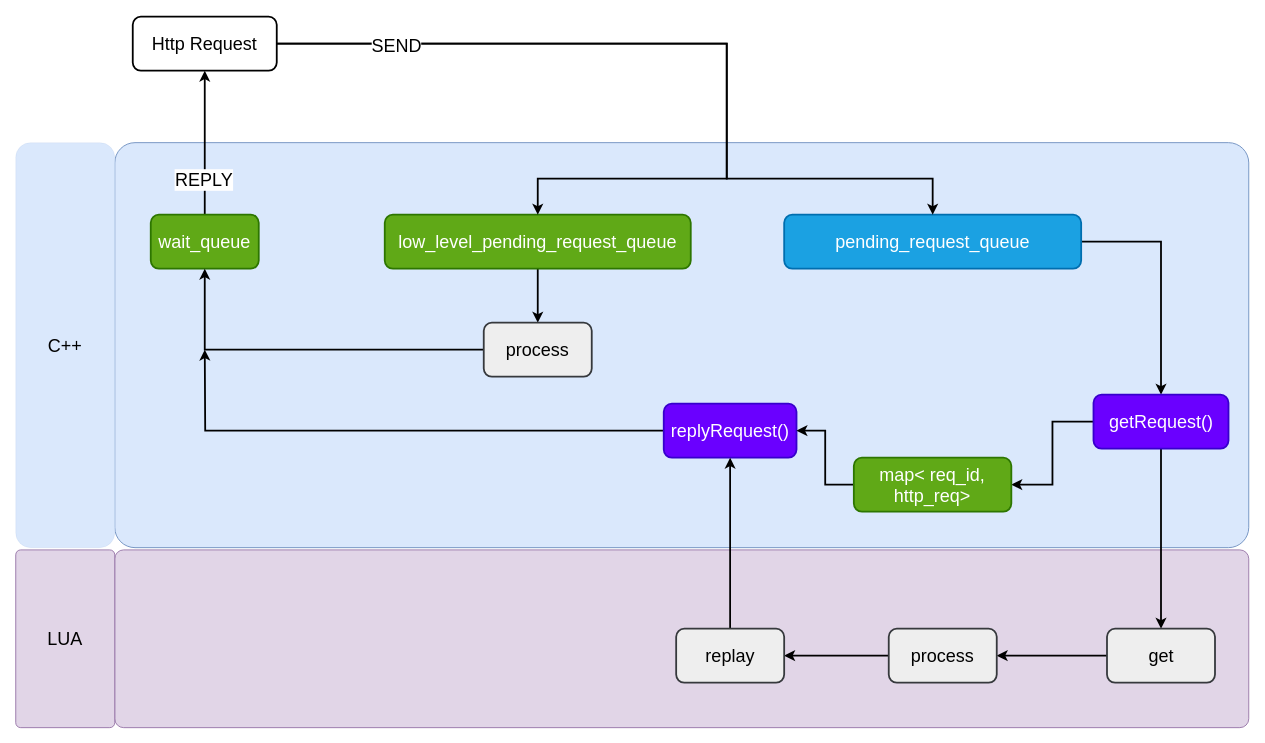
The draw.io diagram booming/k8s/k8s.drawio in yrdimple/flowChart, before the edit. Source tidied: cells renumbered, new cells numbered last; positions are measured from the earlier drawing's top-left corner, leaving out a move shared by most shapes. Both pictures are drawn from the tidied source at 90%, with x=0, y=0 at pixel (15, 16).
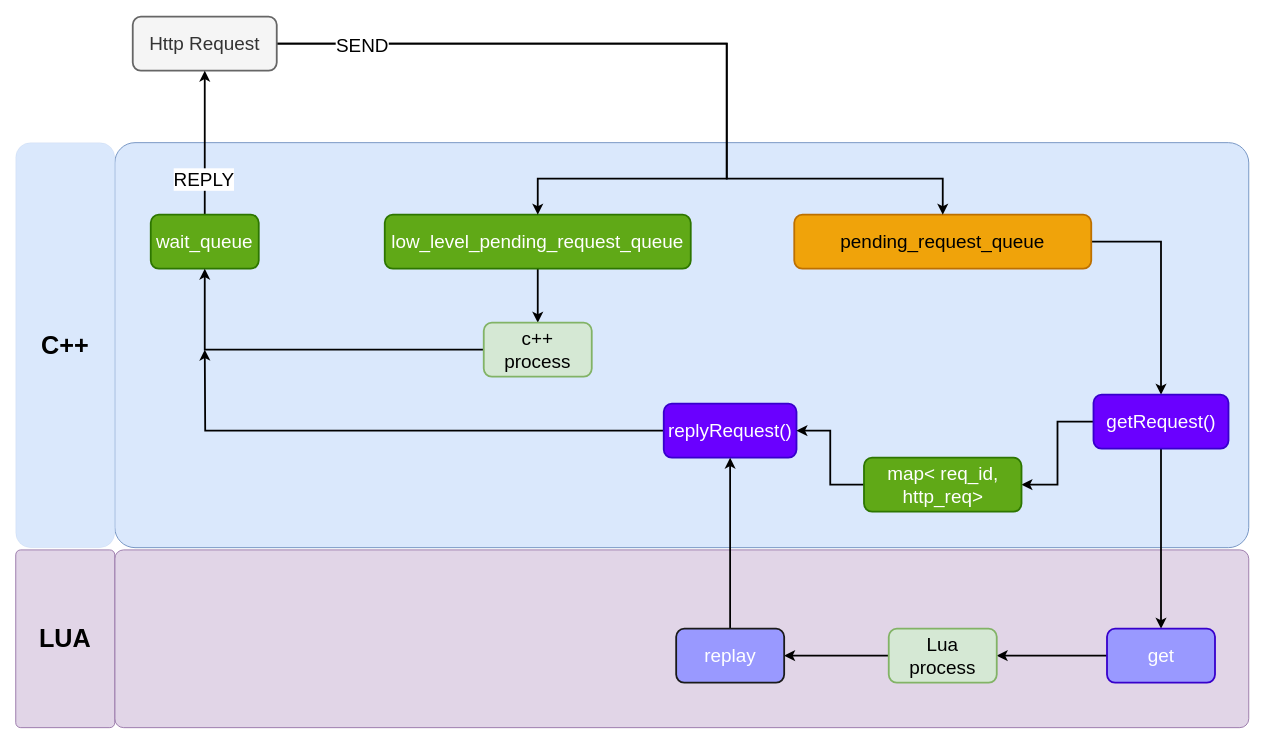
The same diagram, later.

Change to the diagram source:
```diff
@@
-    <mxCell id="2" style="rounded=1;whiteSpace=wrap;html=1;fontSize=20;fillColor=#dae8fc;strokeColor=#6c8ebf;strokeWidth=1;arcSize=5;" parent="1" vertex="1">
+    <mxCell id="2" style="rounded=1;whiteSpace=wrap;html=1;fontSize=21;fillColor=#dae8fc;strokeColor=#6c8ebf;strokeWidth=1;arcSize=5;" parent="1" vertex="1">
       <mxGeometry x="110" y="140" width="1260" height="450" as="geometry" />
     </mxCell>
-    <mxCell id="3" style="rounded=1;whiteSpace=wrap;html=1;fontSize=20;fillColor=#e1d5e7;strokeColor=#9673a6;strokeWidth=1;arcSize=5;" parent="1" vertex="1">
+    <mxCell id="3" style="rounded=1;whiteSpace=wrap;html=1;fontSize=21;fillColor=#e1d5e7;strokeColor=#9673a6;strokeWidth=1;arcSize=5;" parent="1" vertex="1">
       <mxGeometry x="110" y="592.5" width="1260" height="197.5" as="geometry" />
     </mxCell>
-    <mxCell id="4" style="edgeStyle=orthogonalEdgeStyle;rounded=0;jettySize=auto;html=1;entryX=0.5;entryY=0;entryDx=0;entryDy=0;fontSize=20;strokeWidth=2;" parent="1" edge="1" source="5" target="29">
+    <mxCell id="4" style="edgeStyle=orthogonalEdgeStyle;rounded=0;jettySize=auto;html=1;entryX=0.5;entryY=0;entryDx=0;entryDy=0;fontSize=21;strokeWidth=2;" parent="1" edge="1" source="5" target="29">
       <mxGeometry relative="1" as="geometry" />
     </mxCell>
-    <mxCell id="5" value="low_level_pending_request_queue&lt;br style=&quot;font-size: 20px;&quot;&gt;" style="rounded=1;whiteSpace=wrap;html=1;fontSize=20;fillColor=#60a917;fontColor=#ffffff;strokeColor=#2D7600;strokeWidth=2;" parent="1" vertex="1">
+    <mxCell id="5" value="low_level_pending_request_queue&lt;br style=&quot;font-size: 21px;&quot;&gt;" style="rounded=1;whiteSpace=wrap;html=1;fontSize=21;fillColor=#60a917;fontColor=#ffffff;strokeColor=#2D7600;strokeWidth=2;" parent="1" vertex="1">
       <mxGeometry x="410" y="220" width="340" height="60" as="geometry" />
     </mxCell>
-    <mxCell id="6" style="edgeStyle=orthogonalEdgeStyle;rounded=0;jettySize=auto;html=1;entryX=0.5;entryY=0;entryDx=0;entryDy=0;fontSize=20;strokeWidth=2;" parent="1" edge="1" source="7" target="14">
+    <mxCell id="6" style="edgeStyle=orthogonalEdgeStyle;rounded=0;jettySize=auto;html=1;entryX=0.5;entryY=0;entryDx=0;entryDy=0;fontSize=21;strokeWidth=2;" parent="1" edge="1" source="7" target="14">
       <mxGeometry relative="1" as="geometry" />
     </mxCell>
-    <mxCell id="7" value="pending_request_queue" style="rounded=1;whiteSpace=wrap;html=1;fontSize=20;fillColor=#1ba1e2;fontColor=#ffffff;strokeColor=#006EAF;strokeWidth=2;" parent="1" vertex="1">
-      <mxGeometry x="853.8" y="220" width="330" height="60" as="geometry" />
+    <mxCell id="7" value="pending_request_queue" style="rounded=1;whiteSpace=wrap;html=1;fontSize=21;fillColor=#f0a30a;fontColor=#000000;strokeColor=#BD7000;strokeWidth=2;" parent="1" vertex="1">
+      <mxGeometry x="865" y="220" width="330" height="60" as="geometry" />
     </mxCell>
-    <mxCell id="8" style="edgeStyle=orthogonalEdgeStyle;rounded=0;jettySize=auto;html=1;fontSize=20;strokeWidth=2;" parent="1" edge="1" source="11">
+    <mxCell id="8" style="edgeStyle=orthogonalEdgeStyle;rounded=0;jettySize=auto;html=1;fontSize=21;strokeWidth=2;" parent="1" edge="1" source="11">
       <mxGeometry relative="1" as="geometry">
         <mxPoint x="580" y="220" as="targetPoint" />
         <Array as="points">
           <mxPoint x="790" y="180" />
           <mxPoint x="580" y="180" />
         </Array>
       </mxGeometry>
     </mxCell>
-    <mxCell id="9" style="edgeStyle=orthogonalEdgeStyle;rounded=0;jettySize=auto;html=1;fontSize=20;entryX=0.5;entryY=0;entryDx=0;entryDy=0;strokeWidth=2;" parent="1" edge="1" source="11" target="7">
+    <mxCell id="9" style="edgeStyle=orthogonalEdgeStyle;rounded=0;jettySize=auto;html=1;fontSize=21;entryX=0.5;entryY=0;entryDx=0;entryDy=0;strokeWidth=2;" parent="1" edge="1" source="11" target="7">
       <mxGeometry relative="1" as="geometry">
         <Array as="points">
+          <mxPoint x="790" y="30" />
           <mxPoint x="790" y="180" />
-          <mxPoint x="1019" y="180" />
+          <mxPoint x="1030" y="180" />
         </Array>
       </mxGeometry>
     </mxCell>
-    <mxCell id="10" value="SEND" style="edgeLabel;html=1;align=center;verticalAlign=middle;fontSize=20;" parent="9" vertex="1">
+    <mxCell id="10" value="SEND" style="edgeLabel;html=1;align=center;verticalAlign=middle;fontSize=21;" parent="9" vertex="1">
       <mxGeometry x="-0.71" y="-5" relative="1" as="geometry">
-        <mxPoint x="-1" y="-4" as="offset" />
+        <mxPoint x="-41" y="-4" as="offset" />
       </mxGeometry>
     </mxCell>
-    <mxCell id="11" value="Http Request" style="rounded=1;whiteSpace=wrap;html=1;fontSize=20;strokeWidth=2;" parent="1" vertex="1">
+    <mxCell id="11" value="Http Request" style="rounded=1;whiteSpace=wrap;html=1;fontSize=21;strokeWidth=2;fillColor=#f5f5f5;fontColor=#333333;strokeColor=#666666;" parent="1" vertex="1">
       <mxGeometry x="130" width="160" height="60" as="geometry" />
     </mxCell>
-    <mxCell id="12" style="edgeStyle=orthogonalEdgeStyle;rounded=0;jettySize=auto;html=1;entryX=0.5;entryY=0;entryDx=0;entryDy=0;fontSize=20;strokeWidth=2;" parent="1" edge="1" source="14" target="20">
+    <mxCell id="12" style="edgeStyle=orthogonalEdgeStyle;rounded=0;jettySize=auto;html=1;entryX=0.5;entryY=0;entryDx=0;entryDy=0;fontSize=21;strokeWidth=2;" parent="1" edge="1" source="14" target="20">
       <mxGeometry relative="1" as="geometry" />
     </mxCell>
-    <mxCell id="13" style="edgeStyle=orthogonalEdgeStyle;rounded=0;jettySize=auto;html=1;entryX=1;entryY=0.5;entryDx=0;entryDy=0;fontSize=20;strokeWidth=2;" parent="1" edge="1" source="14" target="18">
+    <mxCell id="13" style="edgeStyle=orthogonalEdgeStyle;rounded=0;jettySize=auto;html=1;entryX=1;entryY=0.5;entryDx=0;entryDy=0;fontSize=21;strokeWidth=2;" parent="1" edge="1" source="14" target="18">
       <mxGeometry relative="1" as="geometry" />
     </mxCell>
-    <mxCell id="14" value="getRequest()" style="rounded=1;whiteSpace=wrap;html=1;fontSize=20;fillColor=#6a00ff;fontColor=#ffffff;strokeColor=#3700CC;strokeWidth=2;" parent="1" vertex="1">
+    <mxCell id="14" value="getRequest()" style="rounded=1;whiteSpace=wrap;html=1;fontSize=21;fillColor=#6a00ff;fontColor=#ffffff;strokeColor=#3700CC;strokeWidth=2;" parent="1" vertex="1">
       <mxGeometry x="1197.5" y="420" width="150" height="60" as="geometry" />
     </mxCell>
-    <mxCell id="15" style="edgeStyle=orthogonalEdgeStyle;rounded=0;jettySize=auto;html=1;fontSize=20;strokeWidth=2;" parent="1" edge="1" source="16">
+    <mxCell id="15" style="edgeStyle=orthogonalEdgeStyle;rounded=0;jettySize=auto;html=1;fontSize=21;strokeWidth=2;" parent="1" edge="1" source="16">
       <mxGeometry relative="1" as="geometry">
         <mxPoint x="210" y="370" as="targetPoint" />
       </mxGeometry>
     </mxCell>
-    <mxCell id="16" value="replyRequest()" style="rounded=1;whiteSpace=wrap;html=1;fontSize=20;fillColor=#6a00ff;fontColor=#ffffff;strokeColor=#3700CC;strokeWidth=2;" parent="1" vertex="1">
+    <mxCell id="16" value="replyRequest()" style="rounded=1;whiteSpace=wrap;html=1;fontSize=21;fillColor=#6a00ff;fontColor=#ffffff;strokeColor=#3700CC;strokeWidth=2;" parent="1" vertex="1">
       <mxGeometry x="720" y="430" width="147.5" height="60" as="geometry" />
     </mxCell>
-    <mxCell id="17" style="edgeStyle=orthogonalEdgeStyle;rounded=0;jettySize=auto;html=1;entryX=1;entryY=0.5;entryDx=0;entryDy=0;fontSize=20;strokeWidth=2;" parent="1" edge="1" source="18" target="16">
+    <mxCell id="17" style="edgeStyle=orthogonalEdgeStyle;rounded=0;jettySize=auto;html=1;entryX=1;entryY=0.5;entryDx=0;entryDy=0;fontSize=21;strokeWidth=2;" parent="1" edge="1" source="18" target="16">
       <mxGeometry relative="1" as="geometry" />
     </mxCell>
-    <mxCell id="18" value="map&amp;lt; req_id, http_req&amp;gt;" style="rounded=1;whiteSpace=wrap;html=1;fontSize=20;fillColor=#60a917;fontColor=#ffffff;strokeColor=#2D7600;strokeWidth=2;" parent="1" vertex="1">
-      <mxGeometry x="931.2" y="490" width="175" height="60" as="geometry" />
+    <mxCell id="18" value="map&amp;lt; req_id, http_req&amp;gt;" style="rounded=1;whiteSpace=wrap;html=1;fontSize=21;fillColor=#60a917;fontColor=#ffffff;strokeColor=#2D7600;strokeWidth=2;" parent="1" vertex="1">
+      <mxGeometry x="942.5" y="490" width="175" height="60" as="geometry" />
     </mxCell>
-    <mxCell id="19" style="edgeStyle=orthogonalEdgeStyle;rounded=0;jettySize=auto;html=1;fontSize=20;strokeWidth=2;" parent="1" edge="1" source="20" target="22">
+    <mxCell id="19" style="edgeStyle=orthogonalEdgeStyle;rounded=0;jettySize=auto;html=1;fontSize=21;strokeWidth=2;" parent="1" edge="1" source="20" target="22">
       <mxGeometry relative="1" as="geometry" />
     </mxCell>
-    <mxCell id="20" value="get" style="rounded=1;whiteSpace=wrap;html=1;fontSize=20;fillColor=#eeeeee;strokeColor=#36393d;strokeWidth=2;" parent="1" vertex="1">
+    <mxCell id="20" value="get" style="rounded=1;whiteSpace=wrap;html=1;fontSize=21;fillColor=#9999FF;strokeColor=#3700CC;strokeWidth=2;fontColor=#ffffff;" parent="1" vertex="1">
       <mxGeometry x="1212.5" y="680" width="120" height="60" as="geometry" />
     </mxCell>
-    <mxCell id="21" style="edgeStyle=orthogonalEdgeStyle;rounded=0;jettySize=auto;html=1;entryX=1;entryY=0.5;entryDx=0;entryDy=0;fontSize=20;strokeWidth=2;" parent="1" edge="1" source="22" target="24">
+    <mxCell id="21" style="edgeStyle=orthogonalEdgeStyle;rounded=0;jettySize=auto;html=1;entryX=1;entryY=0.5;entryDx=0;entryDy=0;fontSize=21;strokeWidth=2;" parent="1" edge="1" source="22" target="24">
       <mxGeometry relative="1" as="geometry" />
     </mxCell>
-    <mxCell id="22" value="process" style="rounded=1;whiteSpace=wrap;html=1;fontSize=20;fillColor=#eeeeee;strokeColor=#36393d;strokeWidth=2;" parent="1" vertex="1">
+    <mxCell id="22" value="Lua&lt;br style=&quot;font-size: 21px;&quot;&gt;process" style="rounded=1;whiteSpace=wrap;html=1;fontSize=21;fillColor=#d5e8d4;strokeColor=#82b366;strokeWidth=2;" parent="1" vertex="1">
       <mxGeometry x="970" y="680" width="120" height="60" as="geometry" />
     </mxCell>
-    <mxCell id="23" style="edgeStyle=orthogonalEdgeStyle;rounded=0;jettySize=auto;html=1;entryX=0.5;entryY=1;entryDx=0;entryDy=0;fontSize=20;strokeWidth=2;" parent="1" edge="1" source="24" target="16">
+    <mxCell id="23" style="edgeStyle=orthogonalEdgeStyle;rounded=0;jettySize=auto;html=1;entryX=0.5;entryY=1;entryDx=0;entryDy=0;fontSize=21;strokeWidth=2;" parent="1" edge="1" source="24" target="16">
       <mxGeometry relative="1" as="geometry" />
     </mxCell>
-    <mxCell id="24" value="replay" style="rounded=1;whiteSpace=wrap;html=1;fontSize=20;fillColor=#eeeeee;strokeColor=#36393d;strokeWidth=2;" parent="1" vertex="1">
+    <mxCell id="24" value="replay" style="rounded=1;whiteSpace=wrap;html=1;fontSize=21;fillColor=#9999FF;strokeColor=#1A1A1A;strokeWidth=2;fontColor=#ffffff;" parent="1" vertex="1">
       <mxGeometry x="733.8" y="680" width="120" height="60" as="geometry" />
     </mxCell>
-    <mxCell id="25" style="edgeStyle=orthogonalEdgeStyle;rounded=0;jettySize=auto;html=1;strokeWidth=2;fontSize=20;entryX=0.5;entryY=1;entryDx=0;entryDy=0;" parent="1" edge="1" source="27" target="11">
+    <mxCell id="25" style="edgeStyle=orthogonalEdgeStyle;rounded=0;jettySize=auto;html=1;strokeWidth=2;fontSize=21;entryX=0.5;entryY=1;entryDx=0;entryDy=0;" parent="1" edge="1" source="27" target="11">
       <mxGeometry relative="1" as="geometry" />
     </mxCell>
-    <mxCell id="26" value="REPLY" style="edgeLabel;html=1;align=center;verticalAlign=middle;fontSize=20;" parent="25" vertex="1">
+    <mxCell id="26" value="REPLY" style="edgeLabel;html=1;align=center;verticalAlign=middle;fontSize=21;" parent="25" vertex="1">
       <mxGeometry x="-0.26" y="2" relative="1" as="geometry">
         <mxPoint y="19" as="offset" />
       </mxGeometry>
     </mxCell>
-    <mxCell id="27" value="wait_queue" style="rounded=1;whiteSpace=wrap;html=1;fontSize=20;fillColor=#60a917;fontColor=#ffffff;strokeColor=#2D7600;strokeWidth=2;" parent="1" vertex="1">
+    <mxCell id="27" value="wait_queue" style="rounded=1;whiteSpace=wrap;html=1;fontSize=21;fillColor=#60a917;fontColor=#ffffff;strokeColor=#2D7600;strokeWidth=2;" parent="1" vertex="1">
       <mxGeometry x="150" y="220" width="120" height="60" as="geometry" />
     </mxCell>
-    <mxCell id="28" style="edgeStyle=orthogonalEdgeStyle;rounded=0;jettySize=auto;html=1;entryX=0.5;entryY=1;entryDx=0;entryDy=0;fontSize=20;strokeWidth=2;" parent="1" edge="1" source="29" target="27">
+    <mxCell id="28" style="edgeStyle=orthogonalEdgeStyle;rounded=0;jettySize=auto;html=1;entryX=0.5;entryY=1;entryDx=0;entryDy=0;fontSize=21;strokeWidth=2;" parent="1" edge="1" source="29" target="27">
       <mxGeometry relative="1" as="geometry" />
     </mxCell>
-    <mxCell id="29" value="process" style="rounded=1;whiteSpace=wrap;html=1;fontSize=20;fillColor=#eeeeee;strokeColor=#36393d;strokeWidth=2;" parent="1" vertex="1">
+    <mxCell id="29" value="c++ &lt;br style=&quot;font-size: 21px;&quot;&gt;process" style="rounded=1;whiteSpace=wrap;html=1;fontSize=21;fillColor=#d5e8d4;strokeColor=#82b366;strokeWidth=2;" parent="1" vertex="1">
       <mxGeometry x="520" y="340" width="120" height="60" as="geometry" />
     </mxCell>
-    <mxCell id="30" value="C++" style="rounded=1;whiteSpace=wrap;html=1;strokeWidth=0;fontSize=20;fillColor=#dae8fc;strokeColor=#6c8ebf;" parent="1" vertex="1">
+    <mxCell id="30" value="C++" style="rounded=1;whiteSpace=wrap;html=1;strokeWidth=0;fontSize=28;fillColor=#dae8fc;strokeColor=#6c8ebf;fontStyle=1;" parent="1" vertex="1">
       <mxGeometry y="140" width="110" height="450" as="geometry" />
     </mxCell>
-    <mxCell id="31" value="LUA" style="rounded=1;whiteSpace=wrap;html=1;fontSize=20;fillColor=#e1d5e7;strokeColor=#9673a6;strokeWidth=1;arcSize=5;" parent="1" vertex="1">
+    <mxCell id="31" value="LUA" style="rounded=1;whiteSpace=wrap;html=1;fontSize=28;fillColor=#e1d5e7;strokeColor=#9673a6;strokeWidth=1;arcSize=5;fontStyle=1;" parent="1" vertex="1">
       <mxGeometry y="592.5" width="110" height="197.5" as="geometry" />
     </mxCell>
```
